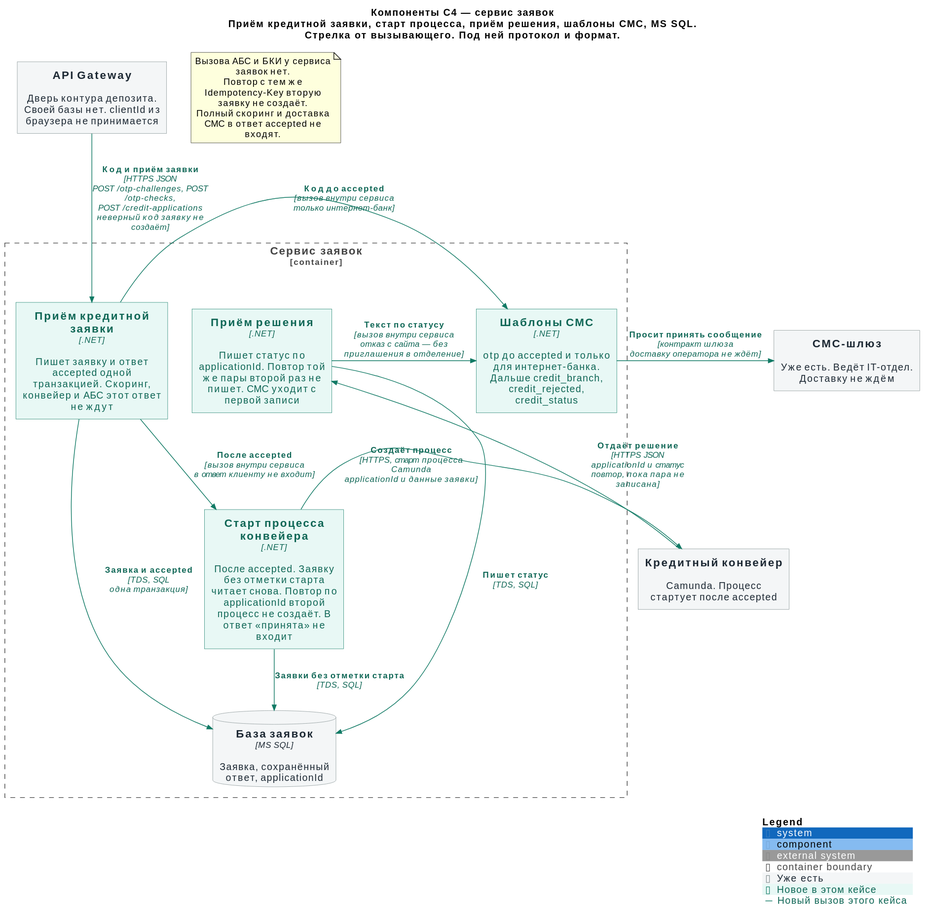
Before: Task5/c4/02-component-applications.svg, a diagram exported from PlantUML (Dima-Karpov/architecture-pro-standart).
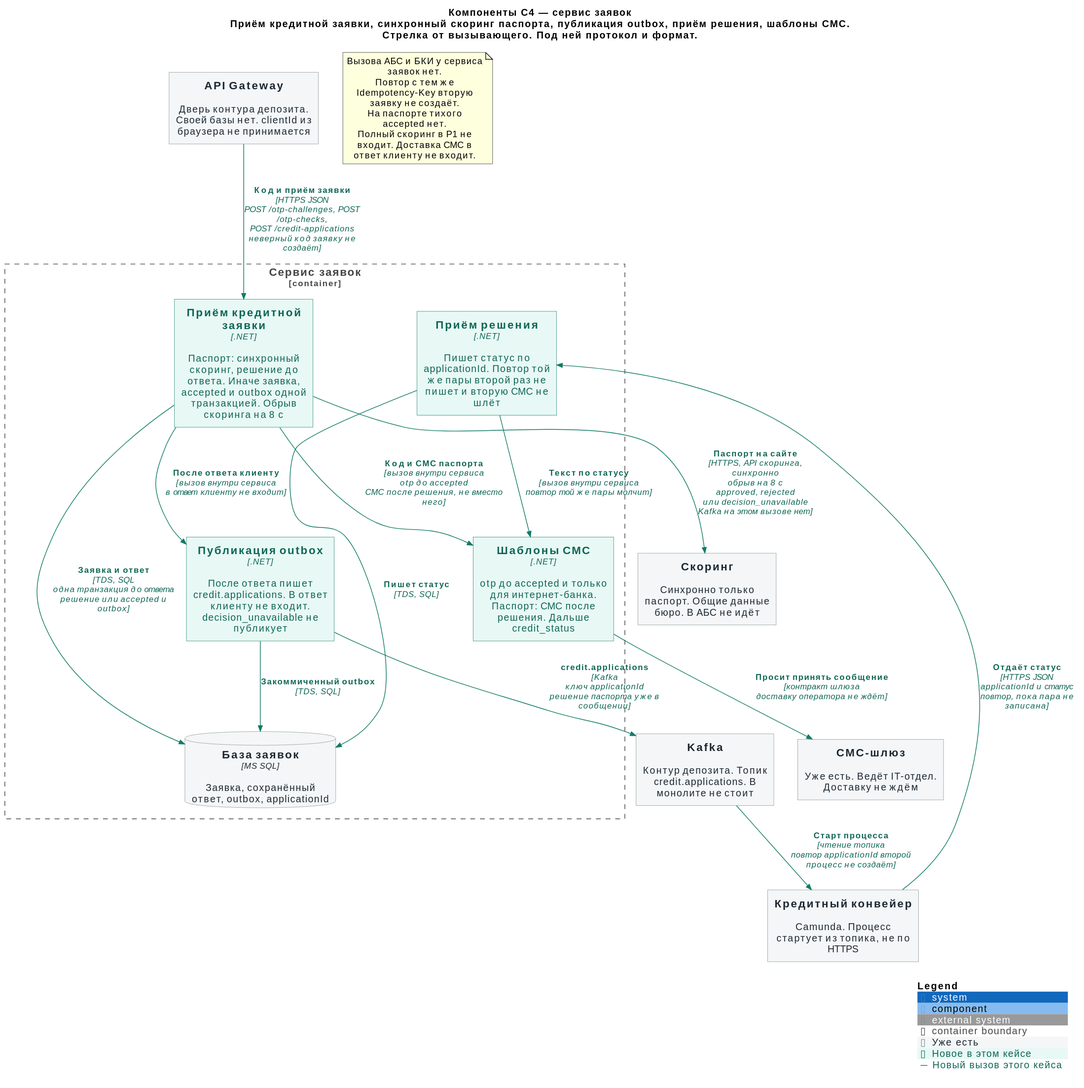
Later version of the same file.

Change to the diagram source:
```diff
@@ -4,35 +4,40 @@
 
 LAYOUT_TOP_DOWN()
 
-title Компоненты C4 — сервис заявок\nПриём кредитной заявки, старт процесса, приём решения, шаблоны СМС, MS SQL.\nСтрелка от вызывающего. Под ней протокол и формат.
+title Компоненты C4 — сервис заявок\nПриём кредитной заявки, синхронный скоринг паспорта, публикация outbox, приём решения, шаблоны СМС.\nСтрелка от вызывающего. Под ней протокол и формат.
 
 System(gw, "API Gateway", "Дверь контура депозита. Своей базы нет. clientId из браузера не принимается", $tags="existing")
-System(conv, "Кредитный конвейер", "Camunda. Процесс стартует после accepted", $tags="existing")
+System(score, "Скоринг", "Синхронно только паспорт. Общие данные бюро. В АБС не идёт", $tags="existing")
+System(kafka, "Kafka", "Контур депозита. Топик credit.applications. В монолите не стоит", $tags="existing")
+System(conv, "Кредитный конвейер", "Camunda. Процесс стартует из топика, не по HTTPS", $tags="existing")
 System_Ext(sms, "СМС-шлюз", "Уже есть. Ведёт IT-отдел. Доставку не ждём", $tags="existing")
 
 Container_Boundary(apps, "Сервис заявок") {
-  Component(intake, "Приём кредитной заявки", ".NET", "Пишет заявку и ответ accepted одной транзакцией. Скоринг, конвейер и АБС этот ответ не ждут", $tags="new")
-  Component(start, "Старт процесса конвейера", ".NET", "После accepted. Заявку без отметки старта читает снова. Повтор по applicationId второй процесс не создаёт. В ответ «принята» не входит", $tags="new")
-  Component(decision, "Приём решения", ".NET", "Пишет статус по applicationId. Повтор той же пары второй раз не пишет. СМС уходит с первой записи", $tags="new")
-  Component(tpl, "Шаблоны СМС", ".NET", "otp до accepted и только для интернет-банка. Дальше credit_branch, credit_rejected, credit_status", $tags="new")
-  ComponentDb(db, "База заявок", "MS SQL", "Заявка, сохранённый ответ, applicationId", $tags="existing")
+  Component(intake, "Приём кредитной заявки", ".NET", "Паспорт: синхронный скоринг, решение до ответа. Иначе заявка, accepted и outbox одной транзакцией. Обрыв скоринга на 8 с", $tags="new")
+  Component(pub, "Публикация outbox", ".NET", "После ответа пишет credit.applications. В ответ клиенту не входит. decision_unavailable не публикует", $tags="new")
+  Component(decision, "Приём решения", ".NET", "Пишет статус по applicationId. Повтор той же пары второй раз не пишет и вторую СМС не шлёт", $tags="new")
+  Component(tpl, "Шаблоны СМС", ".NET", "otp до accepted и только для интернет-банка. Паспорт: СМС после решения. Дальше credit_status", $tags="new")
+  ComponentDb(db, "База заявок", "MS SQL", "Заявка, сохранённый ответ, outbox, applicationId", $tags="existing")
 }
 
-Rel_D(gw, intake, "Код и приём заявки", "HTTPS JSON\nPOST /otp-challenges, POST /otp-checks,\nPOST /credit-applications\nневерный код заявку не создаёт", $tags="new")
-Rel_D(intake, start, "После accepted", "вызов внутри сервиса\nв ответ клиенту не входит", $tags="new")
-Rel_R(intake, tpl, "Код до accepted", "вызов внутри сервиса\nтолько интернет-банк", $tags="new")
-Rel_D(intake, db, "Заявка и accepted", "TDS, SQL\nодна транзакция", $tags="new")
-Rel_D(start, db, "Заявки без отметки старта", "TDS, SQL", $tags="new")
-Rel_L(start, conv, "Создаёт процесс", "HTTPS, старт процесса Camunda\napplicationId и данные заявки", $tags="new")
-Rel_U(conv, decision, "Отдаёт решение", "HTTPS JSON\napplicationId и статус\nповтор, пока пара не записана", $tags="new")
-Rel_D(decision, db, "Пишет статус", "TDS, SQL", $tags="new")
-Rel_R(decision, tpl, "Текст по статусу", "вызов внутри сервиса\nотказ с сайта — без приглашения в отделение", $tags="new")
-Rel_R(tpl, sms, "Просит принять сообщение", "контракт шлюза\nдоставку оператора не ждёт", $tags="new")
+Rel(gw, intake, "Код и приём заявки", "HTTPS JSON\nPOST /otp-challenges, POST /otp-checks,\nPOST /credit-applications\nневерный код заявку не создаёт", $tags="new")
+Rel(intake, score, "Паспорт на сайте", "HTTPS, API скоринга, синхронно\nобрыв на 8 с\napproved, rejected\nили decision_unavailable\nKafka на этом вызове нет", $tags="new")
+Rel(intake, db, "Заявка и ответ", "TDS, SQL\nодна транзакция до ответа\nрешение или accepted и outbox", $tags="new")
+Rel(intake, pub, "После ответа клиенту", "вызов внутри сервиса\nв ответ клиенту не входит", $tags="new")
+Rel(intake, tpl, "Код и СМС паспорта", "вызов внутри сервиса\notp до accepted\nСМС после решения, не вместо него", $tags="new")
+Rel(pub, db, "Закоммиченный outbox", "TDS, SQL", $tags="new")
+Rel(pub, kafka, "credit.applications", "Kafka\nключ applicationId\nрешение паспорта уже в сообщении", $tags="new")
+Rel(kafka, conv, "Старт процесса", "чтение топика\nповтор applicationId второй процесс не создаёт", $tags="new")
+Rel(conv, decision, "Отдаёт статус", "HTTPS JSON\napplicationId и статус\nповтор, пока пара не записана", $tags="new")
+Rel(decision, db, "Пишет статус", "TDS, SQL", $tags="new")
+Rel(decision, tpl, "Текст по статусу", "вызов внутри сервиса\nповтор той же пары молчит", $tags="new")
+Rel(tpl, sms, "Просит принять сообщение", "контракт шлюза\nдоставку оператора не ждёт", $tags="new")
 
 note as appsNote
   Вызова АБС и БКИ у сервиса заявок нет.
   Повтор с тем же Idempotency-Key вторую заявку не создаёт.
-  Полный скоринг и доставка СМС в ответ accepted не входят.
+  На паспорте тихого accepted нет.
+  Полный скоринг в P1 не входит. Доставка СМС в ответ клиенту не входит.
 end note
 
 SHOW_LEGEND()
```
